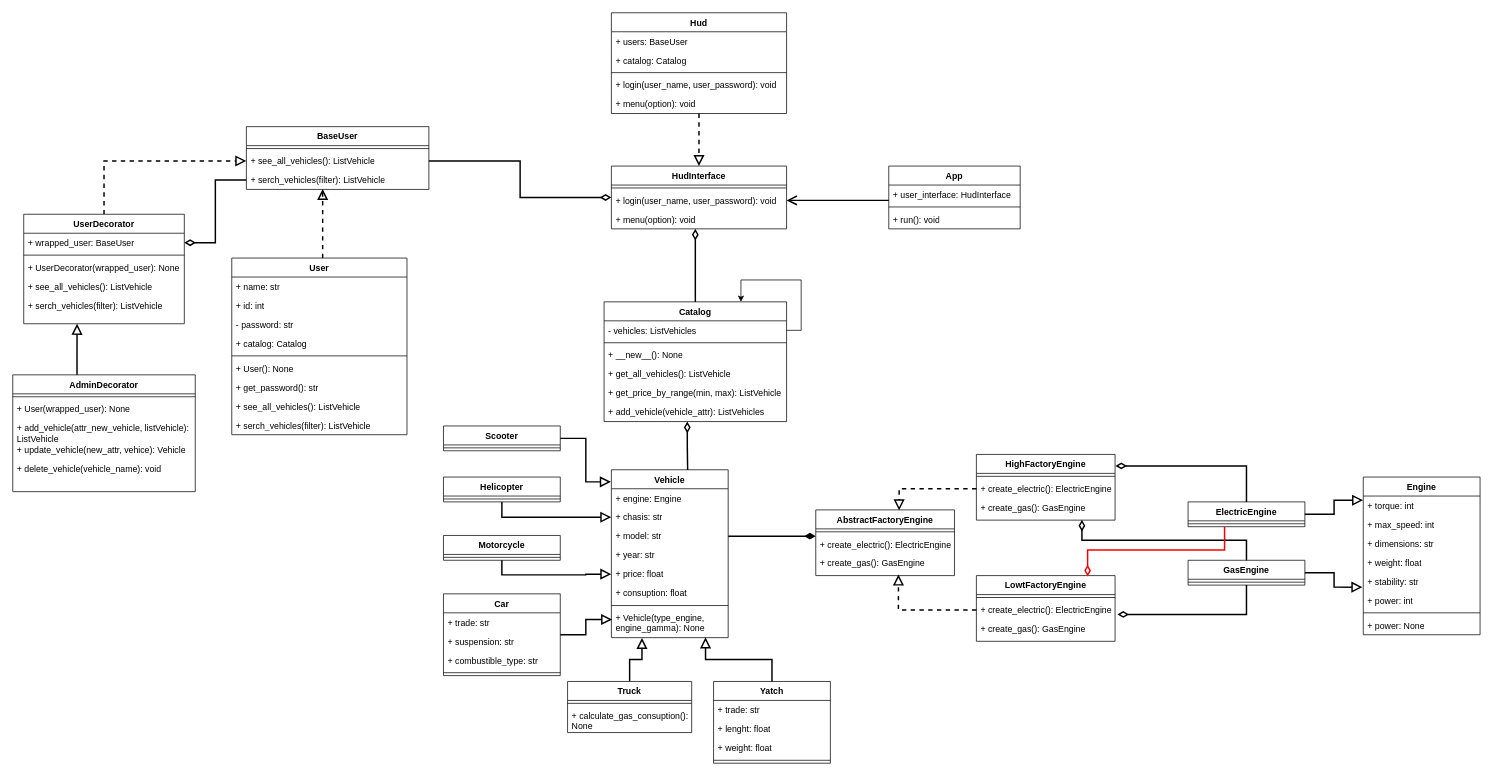
This is Software Design/Workshops/Workshop 3/SD_Workshop_3.drawio from YoshiK13/UD_Classes, a draw.io file, before an edit. Source tidied: cells renumbered, new cells numbered last; positions are measured from the earlier drawing's top-left corner, leaving out a move shared by most shapes. Both pictures are drawn from the tidied source at 73%, with x=0, y=0 at pixel (12, 12).
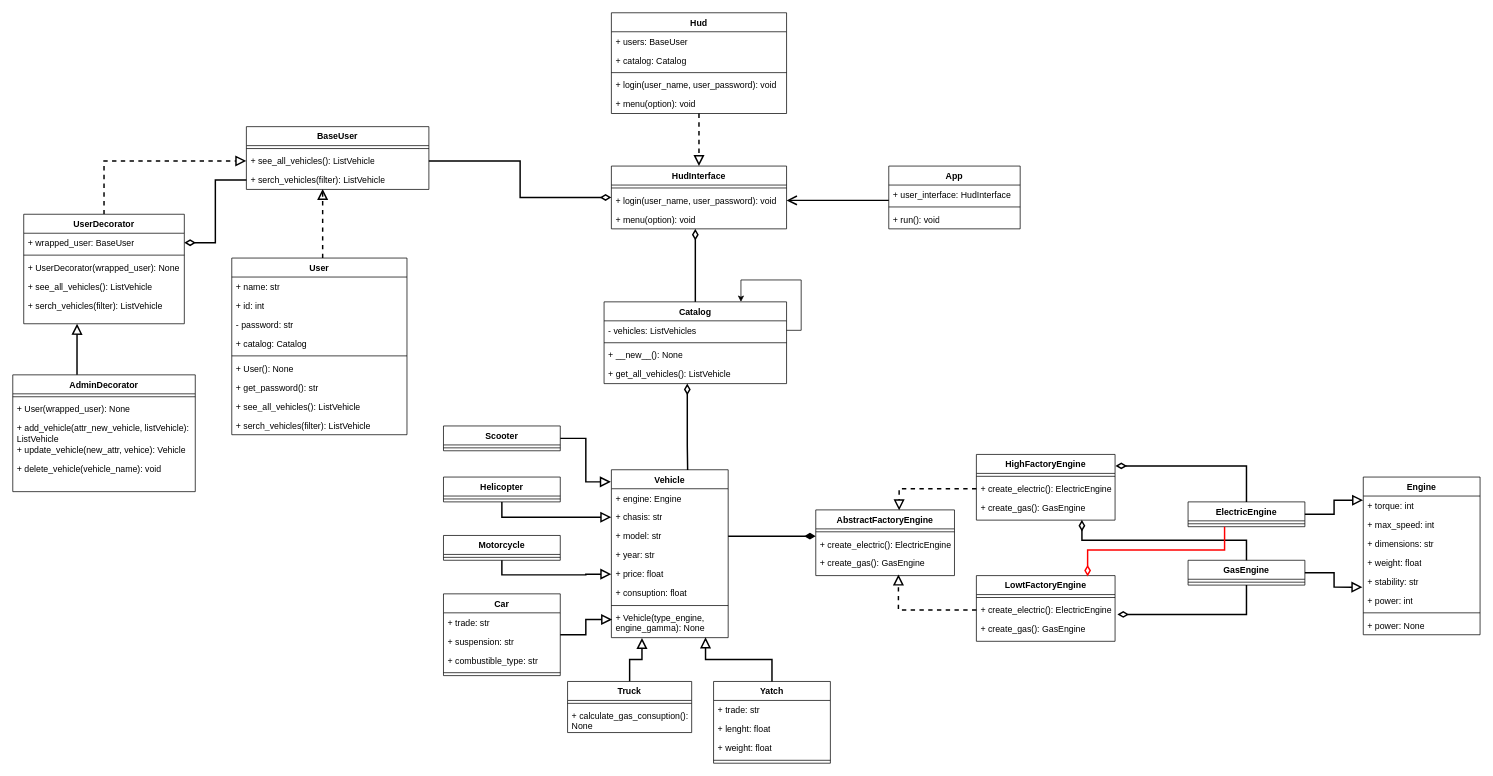
The same page after the edit.

Diff of the diagram source:
```diff
@@
     <mxCell id="70" value="Catalog" style="swimlane;fontStyle=1;align=center;verticalAlign=top;horizontal=1;startSize=26;whiteSpace=wrap;html=1;" parent="1" vertex="1">
-      <mxGeometry x="810" y="396" width="250" height="164" as="geometry" />
+      <mxGeometry x="810" y="396" width="250" height="112" as="geometry" />
     </mxCell>
@@
-    <mxCell id="76" value="+ get_price_by_range(min, max): ListVehicle" style="text;strokeColor=none;fillColor=none;align=left;verticalAlign=top;spacingLeft=4;spacingRight=4;overflow=hidden;whiteSpace=wrap;html=1;" parent="70" vertex="1">
-      <mxGeometry y="112" width="250" height="26" as="geometry" />
-    </mxCell>
-    <mxCell id="77" value="+ add_vehicle(vehicle_attr): ListVehicles" style="text;strokeColor=none;fillColor=none;align=left;verticalAlign=top;spacingLeft=4;spacingRight=4;overflow=hidden;whiteSpace=wrap;html=1;" parent="70" vertex="1">
-      <mxGeometry y="138" width="250" height="26" as="geometry" />
-    </mxCell>
```
